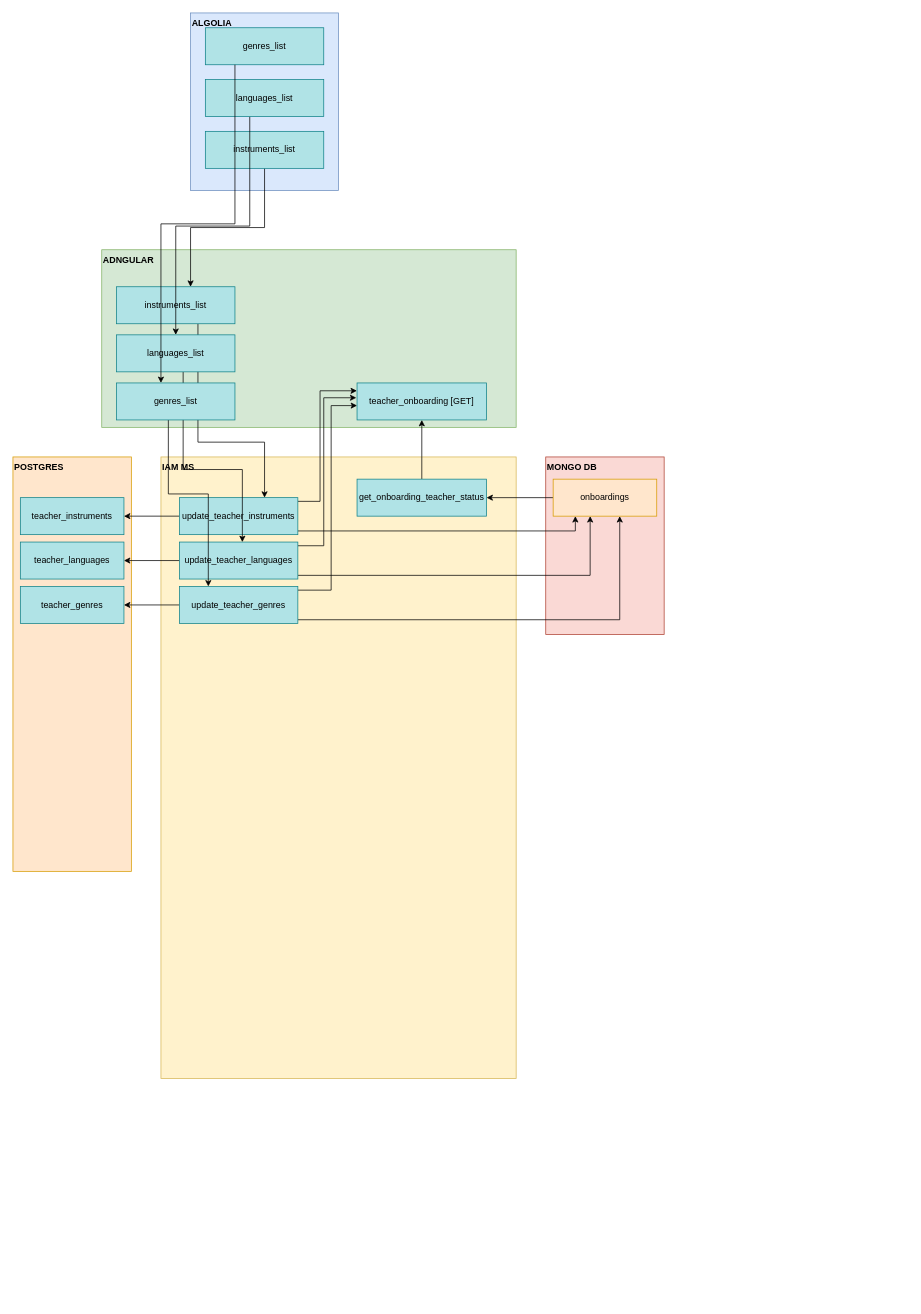
Earlier version of the draw.io diagram onboarding.drawio (AndrewLaring/kn). Source tidied: cells renumbered, new cells numbered last; positions are measured from the earlier drawing's top-left corner, leaving out a move shared by most shapes. Both pictures are drawn from the tidied source at 74%, with x=0, y=0 at pixel (13, 13).
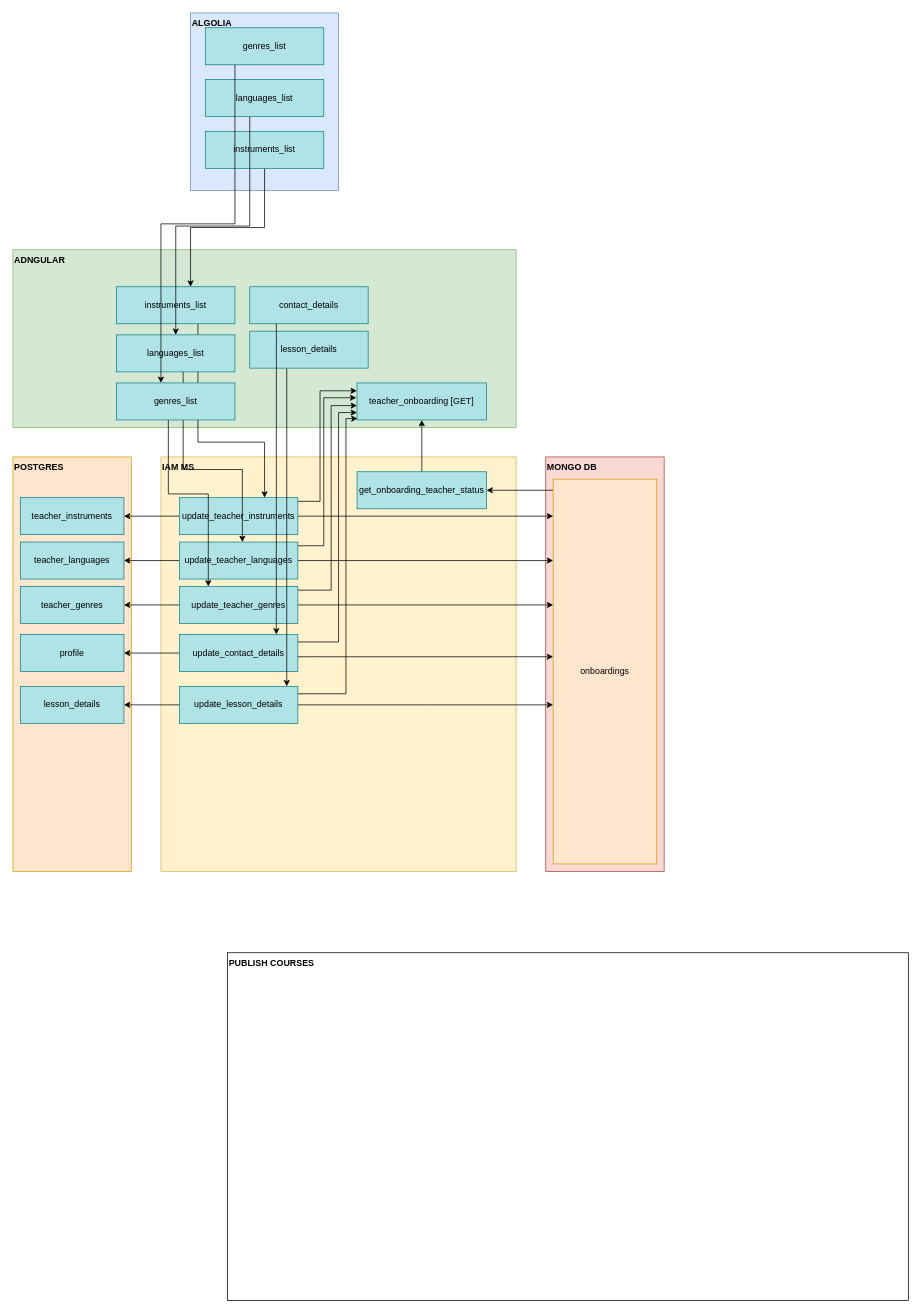
Above is the later version.

Unchanged cells that the change refers to:
```xml
<mxCell id="20" value="teacher_onboarding [GET]" style="rounded=0;whiteSpace=wrap;html=1;fillColor=#b0e3e6;strokeColor=#0e8088;" parent="1" vertex="1">
  <mxGeometry x="465" y="500" width="175" height="50" as="geometry" />
</mxCell>
```

Diff of the diagram source:
```diff
@@
     <mxCell id="2" value="&lt;b&gt;ADNGULAR&lt;/b&gt;" style="rounded=0;whiteSpace=wrap;html=1;fillColor=#d5e8d4;strokeColor=#82b366;align=left;verticalAlign=top;" parent="1" vertex="1">
-      <mxGeometry x="120" y="320" width="560" height="240" as="geometry" />
+      <mxGeometry y="320" width="680" height="240" as="geometry" />
     </mxCell>
@@
     <mxCell id="4" value="&lt;b&gt;IAM MS&lt;/b&gt;" style="rounded=0;whiteSpace=wrap;html=1;fillColor=#fff2cc;strokeColor=#d6b656;align=left;verticalAlign=top;" parent="1" vertex="1">
-      <mxGeometry x="200" y="600" width="480" height="840" as="geometry" />
+      <mxGeometry x="200" y="600" width="480" height="560" as="geometry" />
     </mxCell>
@@
     <mxCell id="6" value="&lt;b&gt;MONGO DB&lt;/b&gt;" style="rounded=0;whiteSpace=wrap;html=1;fillColor=#fad9d5;strokeColor=#ae4132;align=left;verticalAlign=top;" parent="1" vertex="1">
-      <mxGeometry x="720" y="600" width="160" height="240" as="geometry" />
+      <mxGeometry x="720" y="600" width="160" height="560" as="geometry" />
     </mxCell>
     <mxCell id="7" style="edgeStyle=orthogonalEdgeStyle;rounded=0;jettySize=auto;html=1;" parent="1" edge="1" source="8" target="38">
-      <mxGeometry relative="1" as="geometry" />
+      <mxGeometry relative="1" as="geometry">
+        <Array as="points">
+          <mxPoint x="680" y="645" />
+          <mxPoint x="680" y="645" />
+        </Array>
+      </mxGeometry>
     </mxCell>
     <mxCell id="8" value="onboardings" style="rounded=0;whiteSpace=wrap;html=1;fillColor=#ffe6cc;strokeColor=#d79b00;" parent="1" vertex="1">
-      <mxGeometry x="730" y="630" width="140" height="50" as="geometry" />
+      <mxGeometry x="730" y="630" width="140" height="520" as="geometry" />
     </mxCell>
@@
     <mxCell id="38" value="get_onboarding_teacher_status" style="rounded=0;whiteSpace=wrap;html=1;fillColor=#b0e3e6;strokeColor=#0e8088;" parent="1" vertex="1">
-      <mxGeometry x="465" y="630" width="175" height="50" as="geometry" />
+      <mxGeometry x="465" y="620" width="175" height="50" as="geometry" />
     </mxCell>
+    <mxCell id="39" value="contact_details" style="rounded=0;whiteSpace=wrap;html=1;fillColor=#b0e3e6;strokeColor=#0e8088;" parent="1" vertex="1">
+      <mxGeometry x="320" y="370" width="160" height="50" as="geometry" />
+    </mxCell>
+    <mxCell id="40" style="edgeStyle=orthogonalEdgeStyle;rounded=0;jettySize=auto;html=1;" parent="1" edge="1" source="43" target="8">
+      <mxGeometry relative="1" as="geometry">
+        <Array as="points">
+          <mxPoint x="410" y="870" />
+          <mxPoint x="410" y="870" />
+        </Array>
+      </mxGeometry>
+    </mxCell>
+    <mxCell id="41" style="edgeStyle=orthogonalEdgeStyle;rounded=0;jettySize=auto;html=1;" parent="1" edge="1" source="43" target="44">
+      <mxGeometry relative="1" as="geometry" />
+    </mxCell>
+    <mxCell id="42" style="edgeStyle=orthogonalEdgeStyle;rounded=0;jettySize=auto;html=1;" parent="1" edge="1" source="43">
+      <mxGeometry relative="1" as="geometry">
+        <mxPoint x="465" y="540" as="targetPoint" />
+        <Array as="points">
+          <mxPoint x="440" y="850" />
+          <mxPoint x="440" y="540" />
+        </Array>
+      </mxGeometry>
+    </mxCell>
+    <mxCell id="43" value="update_contact_details" style="rounded=0;whiteSpace=wrap;html=1;fillColor=#b0e3e6;strokeColor=#0e8088;" parent="1" vertex="1">
+      <mxGeometry x="225" y="840" width="160" height="50" as="geometry" />
+    </mxCell>
+    <mxCell id="44" value="profile" style="rounded=0;whiteSpace=wrap;html=1;fillColor=#b0e3e6;strokeColor=#0e8088;" parent="1" vertex="1">
+      <mxGeometry x="10" y="840" width="140" height="50" as="geometry" />
+    </mxCell>
+    <mxCell id="45" style="edgeStyle=orthogonalEdgeStyle;rounded=0;jettySize=auto;html=1;" parent="1" edge="1" source="46" target="51">
+      <mxGeometry relative="1" as="geometry">
+        <Array as="points">
+          <mxPoint x="370" y="590" />
+          <mxPoint x="370" y="590" />
+        </Array>
+      </mxGeometry>
+    </mxCell>
+    <mxCell id="46" value="lesson_details" style="rounded=0;whiteSpace=wrap;html=1;fillColor=#b0e3e6;strokeColor=#0e8088;" parent="1" vertex="1">
+      <mxGeometry x="320" y="430" width="160" height="50" as="geometry" />
+    </mxCell>
+    <mxCell id="47" style="edgeStyle=orthogonalEdgeStyle;rounded=0;jettySize=auto;html=1;entryX=0.818;entryY=-0.003;entryDx=0;entryDy=0;entryPerimeter=0;" parent="1" edge="1" source="39" target="43">
+      <mxGeometry relative="1" as="geometry">
+        <Array as="points">
+          <mxPoint x="356" y="450" />
+          <mxPoint x="356" y="450" />
+        </Array>
+      </mxGeometry>
+    </mxCell>
+    <mxCell id="48" style="edgeStyle=orthogonalEdgeStyle;rounded=0;jettySize=auto;html=1;entryX=0.004;entryY=0.963;entryDx=0;entryDy=0;entryPerimeter=0;" parent="1" edge="1" source="51" target="20">
+      <mxGeometry relative="1" as="geometry">
+        <Array as="points">
+          <mxPoint x="450" y="920" />
+          <mxPoint x="450" y="548" />
+        </Array>
+      </mxGeometry>
+    </mxCell>
+    <mxCell id="49" style="edgeStyle=orthogonalEdgeStyle;rounded=0;jettySize=auto;html=1;" parent="1" edge="1" source="51">
+      <mxGeometry relative="1" as="geometry">
+        <mxPoint x="730" y="935" as="targetPoint" />
+      </mxGeometry>
+    </mxCell>
+    <mxCell id="50" style="edgeStyle=orthogonalEdgeStyle;rounded=0;jettySize=auto;html=1;" parent="1" edge="1" source="51" target="52">
+      <mxGeometry relative="1" as="geometry" />
+    </mxCell>
+    <mxCell id="51" value="update_lesson_details" style="rounded=0;whiteSpace=wrap;html=1;fillColor=#b0e3e6;strokeColor=#0e8088;" parent="1" vertex="1">
+      <mxGeometry x="225" y="910" width="160" height="50" as="geometry" />
+    </mxCell>
+    <mxCell id="52" value="lesson_details" style="rounded=0;whiteSpace=wrap;html=1;fillColor=#b0e3e6;strokeColor=#0e8088;" parent="1" vertex="1">
+      <mxGeometry x="10" y="910" width="140" height="50" as="geometry" />
+    </mxCell>
+    <mxCell id="53" value="&lt;b&gt;PUBLISH COURSES&lt;/b&gt;" style="rounded=0;whiteSpace=wrap;html=1;fillColor=none;align=left;verticalAlign=top;" parent="1" vertex="1">
+      <mxGeometry x="290" y="1270" width="920" height="470" as="geometry" />
+    </mxCell>
```
